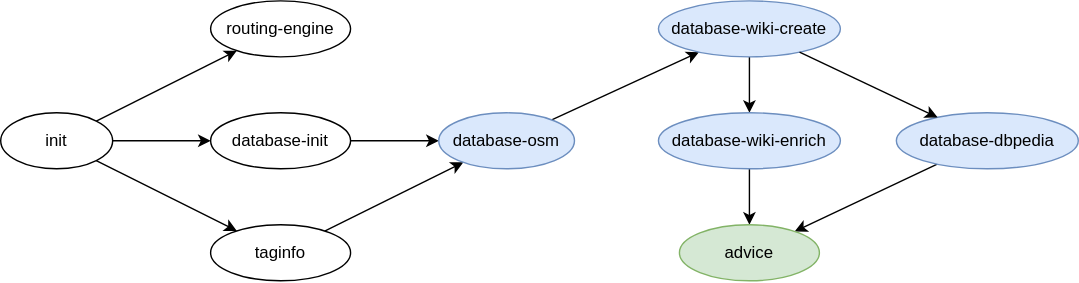
Earlier version of the draw.io export content/img/data-prep-deps.drawio.svg (zhukovdm/smartwalk-docs). Source tidied: cells renumbered, new cells last; positions are measured from the earlier drawing's top-left corner, leaving out a move shared by most shapes. The source it was exported from:
```xml
<mxGraphModel>
  <root>
    <mxCell id="0" />
    <mxCell id="1" parent="0" />
    <mxCell id="2" style="rounded=0;jettySize=auto;html=1;" parent="1" edge="1" source="5" target="6">
      <mxGeometry relative="1" as="geometry" />
    </mxCell>
    <mxCell id="3" style="rounded=0;jettySize=auto;html=1;" parent="1" edge="1" source="5" target="10">
      <mxGeometry relative="1" as="geometry" />
    </mxCell>
    <mxCell id="4" style="rounded=0;jettySize=auto;html=1;" parent="1" edge="1" source="5" target="8">
      <mxGeometry relative="1" as="geometry" />
    </mxCell>
    <mxCell id="5" value="init" style="ellipse;whiteSpace=wrap;html=1;" parent="1" vertex="1">
      <mxGeometry y="80" width="80" height="40" as="geometry" />
    </mxCell>
    <mxCell id="6" value="routing-engine" style="ellipse;whiteSpace=wrap;html=1;" parent="1" vertex="1">
      <mxGeometry x="150" width="100" height="40" as="geometry" />
    </mxCell>
    <mxCell id="7" style="rounded=0;jettySize=auto;html=1;" parent="1" edge="1" source="8" target="12">
      <mxGeometry relative="1" as="geometry" />
    </mxCell>
    <mxCell id="8" value="database-init" style="ellipse;whiteSpace=wrap;html=1;" parent="1" vertex="1">
      <mxGeometry x="150" y="80" width="100" height="40" as="geometry" />
    </mxCell>
    <mxCell id="9" style="rounded=0;jettySize=auto;html=1;" parent="1" edge="1" source="10" target="12">
      <mxGeometry relative="1" as="geometry" />
    </mxCell>
    <mxCell id="10" value="taginfo" style="ellipse;whiteSpace=wrap;html=1;" parent="1" vertex="1">
      <mxGeometry x="150" y="160" width="100" height="40" as="geometry" />
    </mxCell>
    <mxCell id="11" style="rounded=0;jettySize=auto;html=1;" parent="1" edge="1" source="12" target="14">
      <mxGeometry relative="1" as="geometry" />
    </mxCell>
    <mxCell id="12" value="database-osm" style="ellipse;whiteSpace=wrap;html=1;fillColor=#dae8fc;strokeColor=#6c8ebf;" parent="1" vertex="1">
      <mxGeometry x="313" y="80" width="97" height="40" as="geometry" />
    </mxCell>
    <mxCell id="13" style="rounded=0;jettySize=auto;html=1;" parent="1" edge="1" source="14" target="16">
      <mxGeometry relative="1" as="geometry" />
    </mxCell>
    <mxCell id="14" value="database-wiki-create" style="ellipse;whiteSpace=wrap;html=1;fillColor=#dae8fc;strokeColor=#6c8ebf;" parent="1" vertex="1">
      <mxGeometry x="470" width="130" height="40" as="geometry" />
    </mxCell>
    <mxCell id="15" style="rounded=0;jettySize=auto;html=1;" parent="1" edge="1" source="16" target="20">
      <mxGeometry relative="1" as="geometry" />
    </mxCell>
    <mxCell id="16" value="database-wiki-enrich" style="ellipse;whiteSpace=wrap;html=1;fillColor=#dae8fc;strokeColor=#6c8ebf;" parent="1" vertex="1">
      <mxGeometry x="470" y="80" width="130" height="40" as="geometry" />
    </mxCell>
    <mxCell id="17" style="rounded=0;jettySize=auto;html=1;" parent="1" edge="1" source="18" target="20">
      <mxGeometry relative="1" as="geometry" />
    </mxCell>
    <mxCell id="18" value="database-dbpedia" style="ellipse;whiteSpace=wrap;html=1;fillColor=#dae8fc;strokeColor=#6c8ebf;" parent="1" vertex="1">
      <mxGeometry x="640" y="80" width="130" height="40" as="geometry" />
    </mxCell>
    <mxCell id="19" style="rounded=0;jettySize=auto;html=1;" parent="1" edge="1" source="14" target="18">
      <mxGeometry relative="1" as="geometry" />
    </mxCell>
    <mxCell id="20" value="advice" style="ellipse;whiteSpace=wrap;html=1;fillColor=#d5e8d4;strokeColor=#82b366;" parent="1" vertex="1">
      <mxGeometry x="485" y="160" width="100" height="40" as="geometry" />
    </mxCell>
  </root>
</mxGraphModel>
```
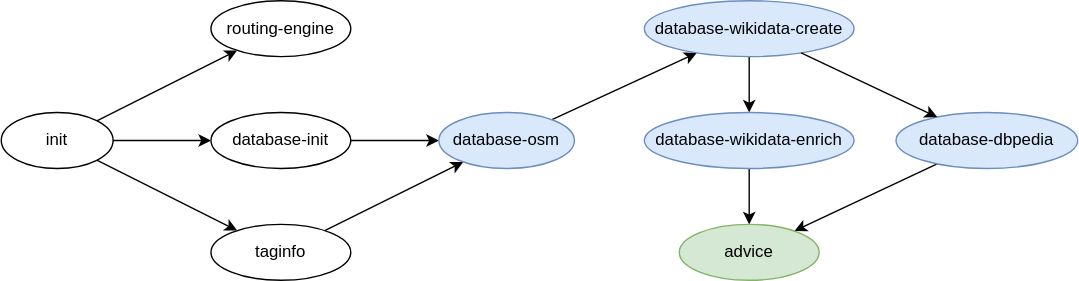
The same file after the commit.

The edit, as a diff of the source:
```diff
@@ -38,14 +38,14 @@
     <mxCell id="13" style="rounded=0;jettySize=auto;html=1;" parent="1" edge="1" source="14" target="16">
       <mxGeometry relative="1" as="geometry" />
     </mxCell>
-    <mxCell id="14" value="database-wiki-create" style="ellipse;whiteSpace=wrap;html=1;fillColor=#dae8fc;strokeColor=#6c8ebf;" parent="1" vertex="1">
-      <mxGeometry x="470" width="130" height="40" as="geometry" />
+    <mxCell id="14" value="database-wikidata-create" style="ellipse;whiteSpace=wrap;html=1;fillColor=#dae8fc;strokeColor=#6c8ebf;" parent="1" vertex="1">
+      <mxGeometry x="460" width="150" height="40" as="geometry" />
     </mxCell>
     <mxCell id="15" style="rounded=0;jettySize=auto;html=1;" parent="1" edge="1" source="16" target="20">
       <mxGeometry relative="1" as="geometry" />
     </mxCell>
-    <mxCell id="16" value="database-wiki-enrich" style="ellipse;whiteSpace=wrap;html=1;fillColor=#dae8fc;strokeColor=#6c8ebf;" parent="1" vertex="1">
-      <mxGeometry x="470" y="80" width="130" height="40" as="geometry" />
+    <mxCell id="16" value="database-wikidata-enrich" style="ellipse;whiteSpace=wrap;html=1;fillColor=#dae8fc;strokeColor=#6c8ebf;" parent="1" vertex="1">
+      <mxGeometry x="460" y="80" width="150" height="40" as="geometry" />
     </mxCell>
     <mxCell id="17" style="rounded=0;jettySize=auto;html=1;" parent="1" edge="1" source="18" target="20">
       <mxGeometry relative="1" as="geometry" />
```
